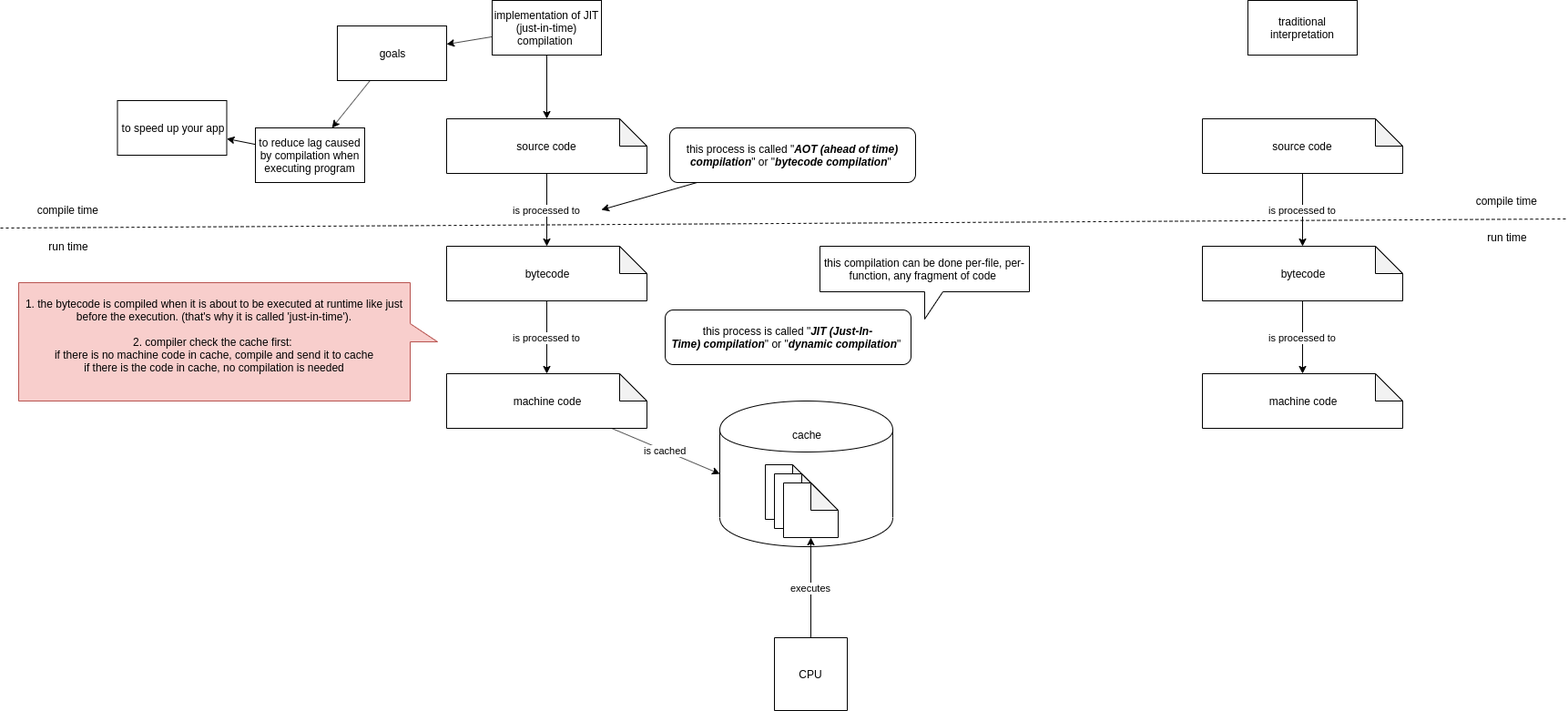
This is compilation.PNG from stsiwo/cSharp_concept, a draw.io export, as it was before one commit. Source tidied: cells renumbered, new cells last; positions are measured from the earlier drawing's top-left corner, leaving out a move shared by most shapes. Its diagram source:
```xml
<mxGraphModel>
  <root>
    <mxCell id="0" />
    <mxCell id="1" parent="0" />
    <mxCell id="2" style="edgeStyle=none;rounded=0;jettySize=auto;html=1;" parent="1" edge="1" source="4" target="6">
      <mxGeometry relative="1" as="geometry" />
    </mxCell>
    <mxCell id="3" style="edgeStyle=none;rounded=0;jettySize=auto;html=1;" parent="1" edge="1" source="4" target="24">
      <mxGeometry relative="1" as="geometry" />
    </mxCell>
    <mxCell id="4" value="implementation of JIT (just-in-time) compilation&amp;nbsp;" style="rounded=0;whiteSpace=wrap;html=1;" parent="1" vertex="1">
      <mxGeometry x="540" width="120" height="60" as="geometry" />
    </mxCell>
    <mxCell id="5" value="is processed to" style="edgeStyle=orthogonalEdgeStyle;rounded=0;jettySize=auto;html=1;" parent="1" edge="1" source="6" target="8">
      <mxGeometry relative="1" as="geometry" />
    </mxCell>
    <mxCell id="6" value="source code" style="shape=note;whiteSpace=wrap;html=1;backgroundOutline=1;darkOpacity=0.05;" parent="1" vertex="1">
      <mxGeometry x="490" y="130" width="220" height="60" as="geometry" />
    </mxCell>
    <mxCell id="7" value="is processed to" style="edgeStyle=none;rounded=0;jettySize=auto;html=1;" parent="1" edge="1" source="8" target="10">
      <mxGeometry relative="1" as="geometry" />
    </mxCell>
    <mxCell id="8" value="bytecode" style="shape=note;whiteSpace=wrap;html=1;backgroundOutline=1;darkOpacity=0.05;" parent="1" vertex="1">
      <mxGeometry x="490" y="270" width="220" height="60" as="geometry" />
    </mxCell>
    <mxCell id="9" value="is cached" style="edgeStyle=none;rounded=0;jettySize=auto;html=1;entryX=0;entryY=0.5;entryDx=0;entryDy=0;" parent="1" edge="1" source="10" target="15">
      <mxGeometry relative="1" as="geometry" />
    </mxCell>
    <mxCell id="10" value="machine code" style="shape=note;whiteSpace=wrap;html=1;backgroundOutline=1;darkOpacity=0.05;" parent="1" vertex="1">
      <mxGeometry x="490" y="410" width="220" height="60" as="geometry" />
    </mxCell>
    <mxCell id="11" style="rounded=0;jettySize=auto;html=1;" parent="1" edge="1" source="12">
      <mxGeometry relative="1" as="geometry">
        <mxPoint x="660" y="230" as="targetPoint" />
      </mxGeometry>
    </mxCell>
    <mxCell id="12" value="this process is called &quot;&lt;b&gt;&lt;i&gt;AOT (ahead of time) compilation&lt;/i&gt;&lt;/b&gt;&quot; or &quot;&lt;b&gt;&lt;i&gt;bytecode compilation&lt;/i&gt;&lt;/b&gt;&quot;&amp;nbsp;" style="rounded=1;whiteSpace=wrap;html=1;" parent="1" vertex="1">
      <mxGeometry x="735" y="140" width="270" height="60" as="geometry" />
    </mxCell>
    <mxCell id="13" value="this process is called &quot;&lt;b&gt;&lt;i&gt;JIT (Just-In-Time)&amp;nbsp;compilation&lt;/i&gt;&lt;/b&gt;&quot; or &quot;&lt;b&gt;&lt;i&gt;dynamic&amp;nbsp;compilation&lt;/i&gt;&lt;/b&gt;&quot;&amp;nbsp;" style="rounded=1;whiteSpace=wrap;html=1;" parent="1" vertex="1">
      <mxGeometry x="730" y="340" width="270" height="60" as="geometry" />
    </mxCell>
    <mxCell id="14" value="CPU" style="whiteSpace=wrap;html=1;direction=south;" parent="1" vertex="1">
      <mxGeometry x="850" y="700" width="80" height="80" as="geometry" />
    </mxCell>
    <mxCell id="15" value="cache&lt;br&gt;&lt;br&gt;&lt;br&gt;&lt;br&gt;&lt;br&gt;&lt;br&gt;&lt;br&gt;&lt;br&gt;&lt;br&gt;&lt;br&gt;" style="shape=cylinder;whiteSpace=wrap;html=1;boundedLbl=1;backgroundOutline=1;" parent="1" vertex="1">
      <mxGeometry x="790" y="440" width="190" height="160" as="geometry" />
    </mxCell>
    <mxCell id="16" style="shape=note;whiteSpace=wrap;html=1;backgroundOutline=1;darkOpacity=0.05;" parent="1" vertex="1">
      <mxGeometry x="840" y="510" width="60" height="60" as="geometry" />
    </mxCell>
    <mxCell id="17" style="shape=note;whiteSpace=wrap;html=1;backgroundOutline=1;darkOpacity=0.05;" parent="1" vertex="1">
      <mxGeometry x="850" y="520" width="60" height="60" as="geometry" />
    </mxCell>
    <mxCell id="18" style="shape=note;whiteSpace=wrap;html=1;backgroundOutline=1;darkOpacity=0.05;" parent="1" vertex="1">
      <mxGeometry x="860" y="530" width="60" height="60" as="geometry" />
    </mxCell>
    <mxCell id="19" value="executes" style="edgeStyle=none;rounded=0;jettySize=auto;html=1;" parent="1" edge="1" source="14" target="18">
      <mxGeometry relative="1" as="geometry" />
    </mxCell>
    <mxCell id="20" value="traditional interpretation" style="rounded=0;whiteSpace=wrap;html=1;" parent="1" vertex="1">
      <mxGeometry x="1370" width="120" height="60" as="geometry" />
    </mxCell>
    <mxCell id="21" value="this compilation can be done per-file, per-function, any fragment of code&amp;nbsp;" style="shape=callout;whiteSpace=wrap;html=1;perimeter=calloutPerimeter;" parent="1" vertex="1">
      <mxGeometry x="900" y="270" width="230" height="80" as="geometry" />
    </mxCell>
    <mxCell id="22" value="1. the bytecode is compiled when it is about to be executed at runtime like just before the execution. (that's why it is called 'just-in-time').&lt;br&gt;&lt;br&gt;2. compiler check the cache first: &lt;br&gt;if there is no machine code in cache, compile and send it to cache&lt;br&gt;if there is the code in cache, no compilation is needed&lt;br&gt;&lt;br&gt;" style="shape=callout;whiteSpace=wrap;html=1;perimeter=calloutPerimeter;direction=north;fillColor=#f8cecc;strokeColor=#b85450;" parent="1" vertex="1">
      <mxGeometry x="20" y="310" width="460" height="130" as="geometry" />
    </mxCell>
    <mxCell id="23" style="edgeStyle=none;rounded=0;jettySize=auto;html=1;" parent="1" edge="1" source="24" target="26">
      <mxGeometry relative="1" as="geometry" />
    </mxCell>
    <mxCell id="24" value="goals" style="rounded=0;whiteSpace=wrap;html=1;" parent="1" vertex="1">
      <mxGeometry x="370" y="28" width="120" height="60" as="geometry" />
    </mxCell>
    <mxCell id="25" style="edgeStyle=none;rounded=0;jettySize=auto;html=1;" parent="1" edge="1" source="26" target="27">
      <mxGeometry relative="1" as="geometry" />
    </mxCell>
    <mxCell id="26" value="to reduce lag caused by compilation when executing program" style="rounded=0;whiteSpace=wrap;html=1;" parent="1" vertex="1">
      <mxGeometry x="280" y="140" width="120" height="60" as="geometry" />
    </mxCell>
    <mxCell id="27" value="to speed up your app" style="rounded=0;whiteSpace=wrap;html=1;" parent="1" vertex="1">
      <mxGeometry x="128.5" y="110" width="120" height="60" as="geometry" />
    </mxCell>
    <mxCell id="28" value="&amp;nbsp;" style="text;html=1;align=left;verticalAlign=top;spacingTop=-4;" parent="1" vertex="1">
      <mxGeometry x="991" y="88" width="20" height="20" as="geometry" />
    </mxCell>
    <mxCell id="29" style="endArrow=none;dashed=1;html=1;" parent="1" edge="1">
      <mxGeometry relative="1" as="geometry">
        <mxPoint y="250" as="sourcePoint" />
        <mxPoint x="1720" y="240" as="targetPoint" />
      </mxGeometry>
    </mxCell>
    <mxCell id="30" value="compile time&amp;nbsp;" style="text;html=1;strokeColor=none;fillColor=none;align=center;verticalAlign=middle;whiteSpace=wrap;rounded=0;" parent="1" vertex="1">
      <mxGeometry x="10" y="220" width="130" height="20" as="geometry" />
    </mxCell>
    <mxCell id="31" value="run time" style="text;html=1;strokeColor=none;fillColor=none;align=center;verticalAlign=middle;whiteSpace=wrap;rounded=0;" parent="1" vertex="1">
      <mxGeometry x="10" y="260" width="130" height="20" as="geometry" />
    </mxCell>
    <mxCell id="32" value="is processed to" style="edgeStyle=orthogonalEdgeStyle;rounded=0;jettySize=auto;html=1;" parent="1" edge="1" source="33" target="35">
      <mxGeometry relative="1" as="geometry" />
    </mxCell>
    <mxCell id="33" value="source code" style="shape=note;whiteSpace=wrap;html=1;backgroundOutline=1;darkOpacity=0.05;" parent="1" vertex="1">
      <mxGeometry x="1320" y="130" width="220" height="60" as="geometry" />
    </mxCell>
    <mxCell id="34" value="is processed to" style="edgeStyle=none;rounded=0;jettySize=auto;html=1;" parent="1" edge="1" source="35" target="36">
      <mxGeometry relative="1" as="geometry" />
    </mxCell>
    <mxCell id="35" value="bytecode" style="shape=note;whiteSpace=wrap;html=1;backgroundOutline=1;darkOpacity=0.05;" parent="1" vertex="1">
      <mxGeometry x="1320" y="270" width="220" height="60" as="geometry" />
    </mxCell>
    <mxCell id="36" value="machine code" style="shape=note;whiteSpace=wrap;html=1;backgroundOutline=1;darkOpacity=0.05;" parent="1" vertex="1">
      <mxGeometry x="1320" y="410" width="220" height="60" as="geometry" />
    </mxCell>
    <mxCell id="37" value="compile time&amp;nbsp;" style="text;html=1;strokeColor=none;fillColor=none;align=center;verticalAlign=middle;whiteSpace=wrap;rounded=0;" parent="1" vertex="1">
      <mxGeometry x="1590" y="210" width="130" height="20" as="geometry" />
    </mxCell>
    <mxCell id="38" value="run time" style="text;html=1;strokeColor=none;fillColor=none;align=center;verticalAlign=middle;whiteSpace=wrap;rounded=0;" parent="1" vertex="1">
      <mxGeometry x="1590" y="250" width="130" height="20" as="geometry" />
    </mxCell>
  </root>
</mxGraphModel>
```
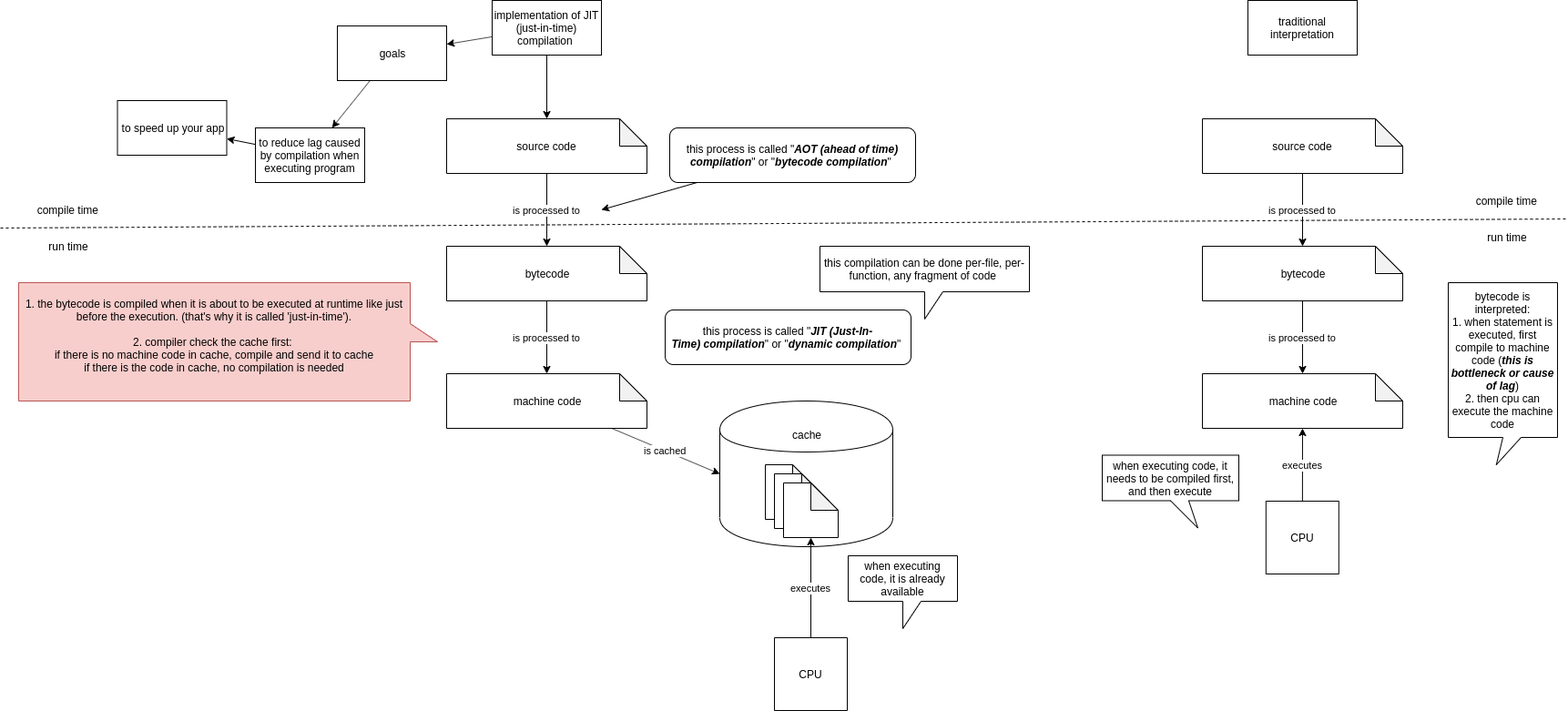
After the change.

Diff of the diagram source:
```diff
@@ -118,5 +118,20 @@
     <mxCell id="38" value="run time" style="text;html=1;strokeColor=none;fillColor=none;align=center;verticalAlign=middle;whiteSpace=wrap;rounded=0;" parent="1" vertex="1">
       <mxGeometry x="1590" y="250" width="130" height="20" as="geometry" />
     </mxCell>
+    <mxCell id="39" value="executes" style="edgeStyle=none;rounded=0;jettySize=auto;html=1;" parent="1" edge="1" source="40" target="36">
+      <mxGeometry relative="1" as="geometry" />
+    </mxCell>
+    <mxCell id="40" value="CPU" style="whiteSpace=wrap;html=1;direction=south;" parent="1" vertex="1">
+      <mxGeometry x="1389.8" y="550" width="80" height="80" as="geometry" />
+    </mxCell>
+    <mxCell id="41" value="bytecode is interpreted:&lt;br&gt;1. when statement is executed, first compile to machine code (&lt;b&gt;&lt;i&gt;this is bottleneck or cause of lag&lt;/i&gt;&lt;/b&gt;)&lt;br&gt;2. then cpu can execute the machine code" style="shape=callout;whiteSpace=wrap;html=1;perimeter=calloutPerimeter;position2=0.44;" parent="1" vertex="1">
+      <mxGeometry x="1590" y="310" width="120" height="200" as="geometry" />
+    </mxCell>
+    <mxCell id="42" value="when executing code, it is already available" style="shape=callout;whiteSpace=wrap;html=1;perimeter=calloutPerimeter;" parent="1" vertex="1">
+      <mxGeometry x="931" y="610" width="120" height="80" as="geometry" />
+    </mxCell>
+    <mxCell id="43" value="when executing code, it needs to be compiled first, and then execute" style="shape=callout;whiteSpace=wrap;html=1;perimeter=calloutPerimeter;position2=0.7;" parent="1" vertex="1">
+      <mxGeometry x="1210" y="499.5" width="150" height="80" as="geometry" />
+    </mxCell>
   </root>
 </mxGraphModel>
```
